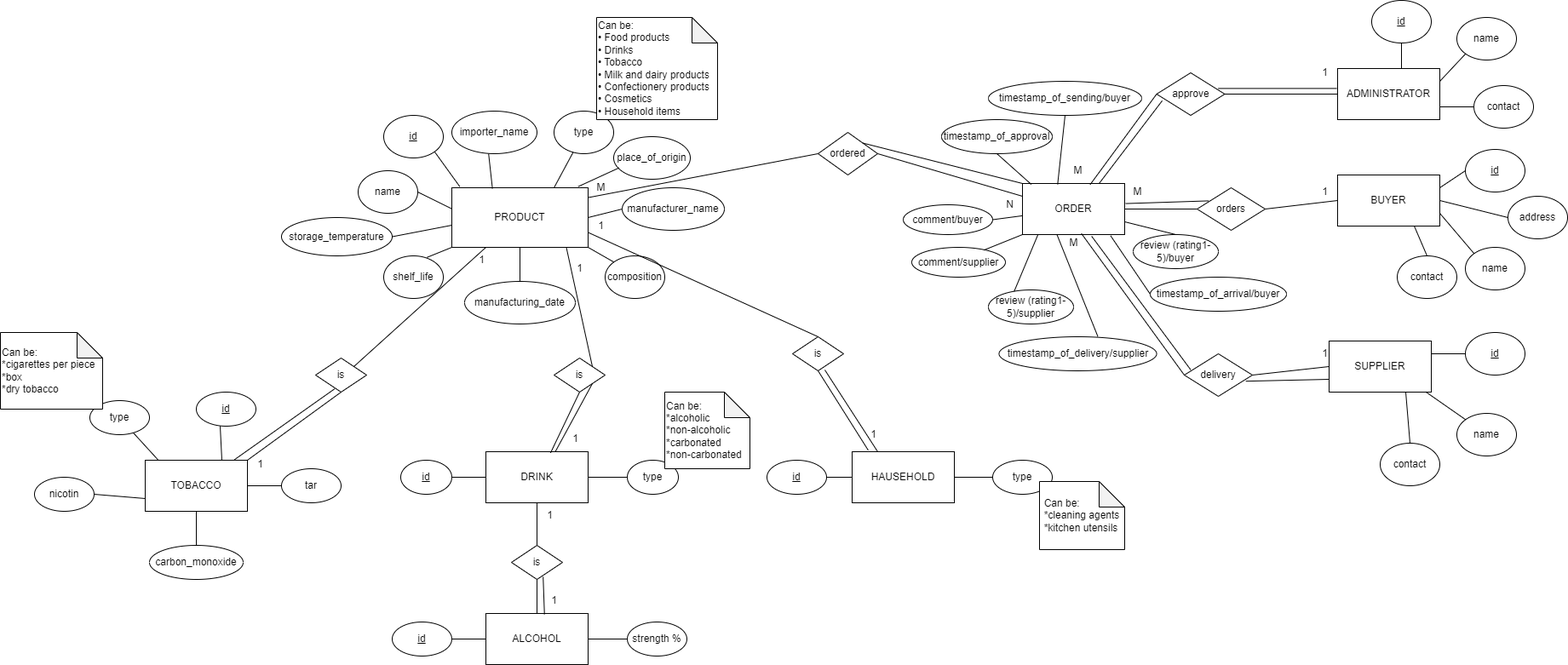
Above: Challenge08/Challenge08.png in AleksandraDukadinoska04/BrainsterChallenges (draw.io), before the change. Source tidied: cells renumbered, new cells last; positions are measured from the earlier drawing's top-left corner, leaving out a move shared by most shapes.
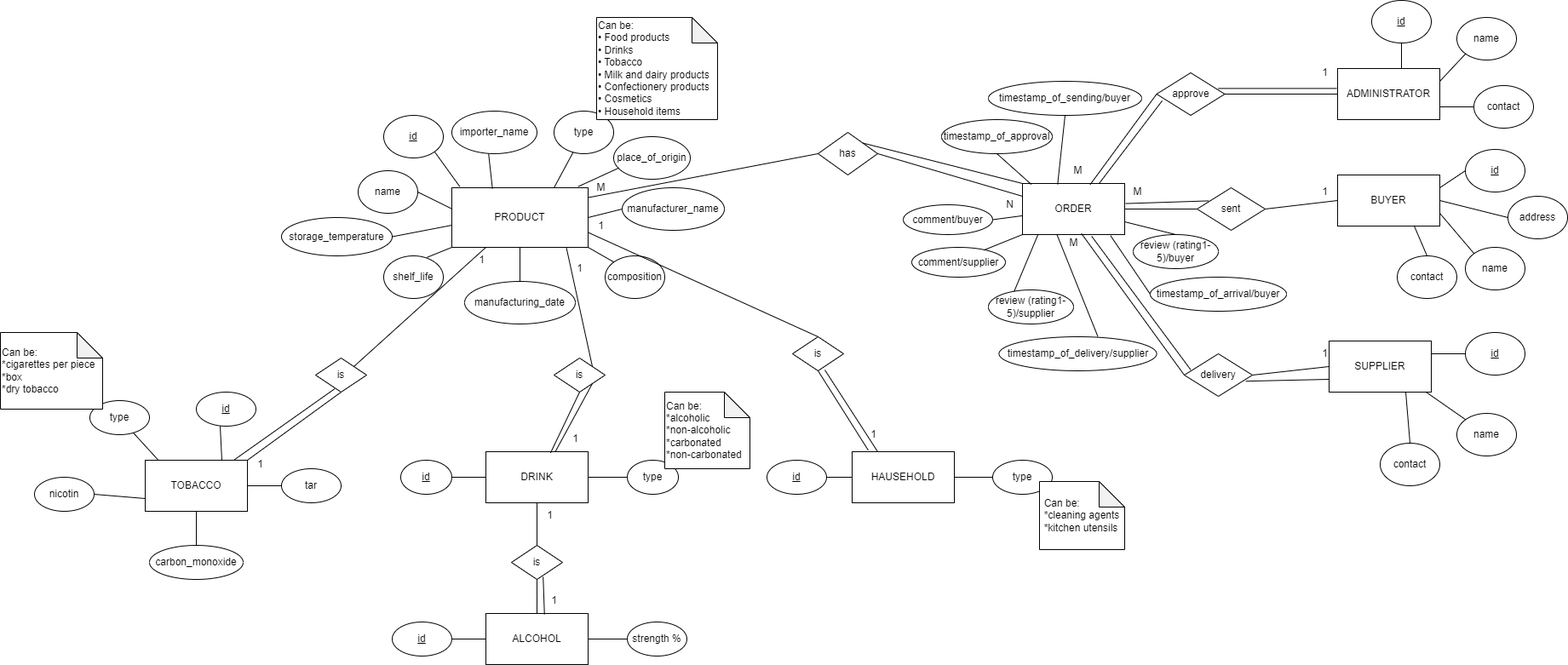
The same diagram one commit later.

What changed in the source:
```diff
@@ -239,7 +239,7 @@
     <mxCell id="80" value="approve" style="rhombus;whiteSpace=wrap;html=1;" parent="1" vertex="1">
       <mxGeometry x="1357.5" y="85" width="80" height="50" as="geometry" />
     </mxCell>
-    <mxCell id="81" value="orders" style="rhombus;whiteSpace=wrap;html=1;" parent="1" vertex="1">
+    <mxCell id="81" value="sent" style="rhombus;whiteSpace=wrap;html=1;" parent="1" vertex="1">
       <mxGeometry x="1405" y="220" width="80" height="50" as="geometry" />
     </mxCell>
     <mxCell id="82" value="delivery" style="rhombus;whiteSpace=wrap;html=1;" parent="1" vertex="1">
@@ -406,7 +406,7 @@
     <mxCell id="135" style="endArrow=none;html=1;rounded=0;entryX=1;entryY=0.5;entryDx=0;entryDy=0;" parent="1" edge="1" source="76" target="132">
       <mxGeometry relative="1" as="geometry" />
     </mxCell>
-    <mxCell id="136" value="ordered" style="rhombus;whiteSpace=wrap;html=1;" parent="1" vertex="1">
+    <mxCell id="136" value="has" style="rhombus;whiteSpace=wrap;html=1;" parent="1" vertex="1">
       <mxGeometry x="960" y="155" width="70" height="50" as="geometry" />
     </mxCell>
     <mxCell id="137" style="endArrow=none;html=1;rounded=0;exitX=0;exitY=0.5;exitDx=0;exitDy=0;entryX=1.005;entryY=0.163;entryDx=0;entryDy=0;entryPerimeter=0;" parent="1" edge="1" source="136" target="2">
```
